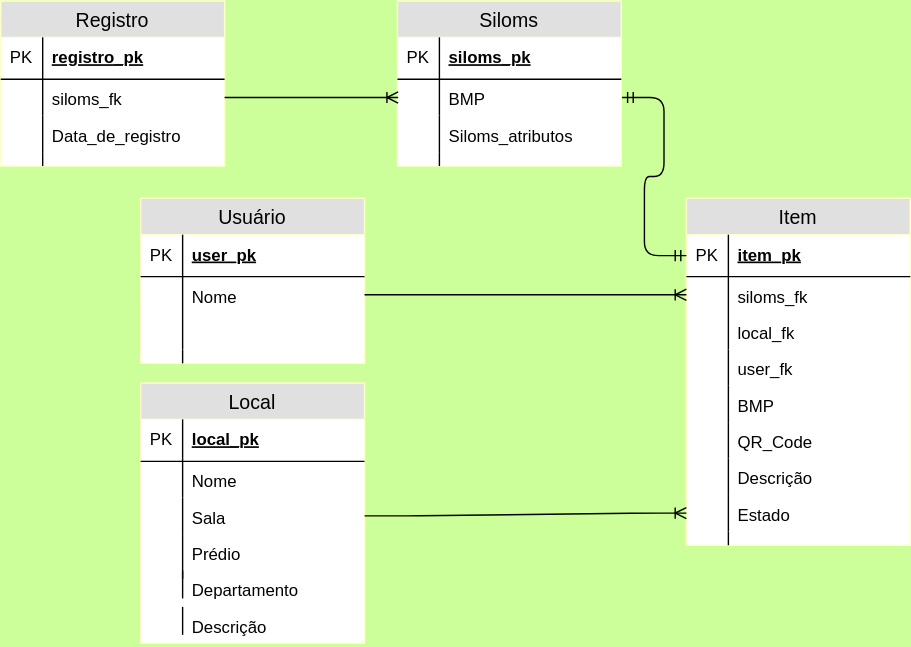
Gabrui/CES30_Patrimonio_QRCode keeps this draw.io diagram as docs/Modelo_Logico.svg. Above is the earlier version. Source tidied: cells renumbered, new cells last; positions are measured from the earlier drawing's top-left corner, leaving out a move shared by most shapes.
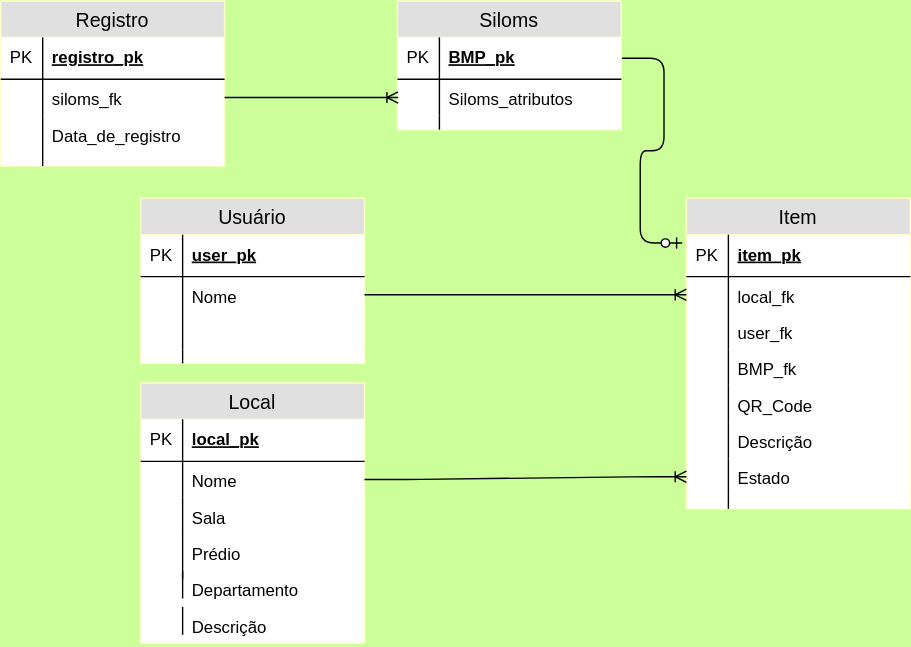
Above is the later version.

Commit message:
Modelo_logico_v1

Modelo Logico.

What changed in the source:
```diff
@@ -69,7 +69,7 @@
       <mxGeometry width="30" height="20" as="geometry" />
     </mxCell>
     <mxCell id="24" value="Item" style="swimlane;fontStyle=0;horizontal=1;startSize=26;fillColor=#e0e0e0;swimlaneFillColor=#ffffff;align=center;fontSize=14;strokeColor=#FFFFCC;" parent="1" vertex="1">
-      <mxGeometry x="490" y="141" width="160" height="248" as="geometry" />
+      <mxGeometry x="490" y="141" width="160" height="222" as="geometry" />
     </mxCell>
     <mxCell id="25" value="item_pk" style="shape=partialRectangle;top=0;left=0;right=0;bottom=1;align=left;verticalAlign=middle;fillColor=none;spacingLeft=34;spacingRight=4;overflow=hidden;points=[[0,0.5],[1,0.5]];portConstraint=eastwest;fontStyle=5;fontSize=12;" parent="24" vertex="1">
       <mxGeometry y="26" width="160" height="30" as="geometry" />
@@ -77,77 +77,65 @@
     <mxCell id="26" value="PK" style="shape=partialRectangle;top=0;left=0;bottom=0;fillColor=none;align=left;verticalAlign=middle;spacingLeft=4;spacingRight=4;overflow=hidden;fontSize=12;" parent="25" vertex="1">
       <mxGeometry width="30" height="30" as="geometry" />
     </mxCell>
-    <mxCell id="27" value="siloms_fk" style="shape=partialRectangle;top=0;left=0;right=0;bottom=0;align=left;verticalAlign=top;fillColor=none;spacingLeft=34;spacingRight=4;overflow=hidden;points=[[0,0.5],[1,0.5]];portConstraint=eastwest;fontSize=12;" parent="24" vertex="1">
-      <mxGeometry y="56" width="160" height="26" as="geometry" />
-    </mxCell>
-    <mxCell id="28" style="shape=partialRectangle;top=0;left=0;bottom=0;fillColor=none;align=left;verticalAlign=top;spacingLeft=4;spacingRight=4;overflow=hidden;fontSize=12;" parent="27" vertex="1">
-      <mxGeometry width="30" height="26" as="geometry" />
-    </mxCell>
     <mxCell id="29" value="local_fk&#10;" style="shape=partialRectangle;top=0;left=0;right=0;bottom=0;align=left;verticalAlign=top;fillColor=none;spacingLeft=34;spacingRight=4;overflow=hidden;fontSize=12;" parent="24" vertex="1">
-      <mxGeometry y="82" width="160" height="26" as="geometry" />
+      <mxGeometry y="56" width="160" height="26" as="geometry" />
     </mxCell>
     <mxCell id="30" style="shape=partialRectangle;top=0;left=0;bottom=0;fillColor=none;align=left;verticalAlign=top;spacingLeft=4;spacingRight=4;overflow=hidden;fontSize=12;" parent="29" vertex="1">
       <mxGeometry width="30" height="26" as="geometry" />
     </mxCell>
     <mxCell id="31" value="user_fk&#10;" style="shape=partialRectangle;top=0;left=0;right=0;bottom=0;align=left;verticalAlign=top;fillColor=none;spacingLeft=34;spacingRight=4;overflow=hidden;fontSize=12;" parent="24" vertex="1">
-      <mxGeometry y="108" width="160" height="26" as="geometry" />
+      <mxGeometry y="82" width="160" height="26" as="geometry" />
     </mxCell>
     <mxCell id="32" style="shape=partialRectangle;top=0;left=0;bottom=0;fillColor=none;align=left;verticalAlign=top;spacingLeft=4;spacingRight=4;overflow=hidden;fontSize=12;" parent="31" vertex="1">
       <mxGeometry width="30" height="26" as="geometry" />
     </mxCell>
-    <mxCell id="33" value="BMP&#10;" style="shape=partialRectangle;top=0;left=0;right=0;bottom=0;align=left;verticalAlign=top;fillColor=none;spacingLeft=34;spacingRight=4;overflow=hidden;fontSize=12;" parent="24" vertex="1">
-      <mxGeometry y="134" width="160" height="26" as="geometry" />
+    <mxCell id="33" value="BMP_fk&#10;" style="shape=partialRectangle;top=0;left=0;right=0;bottom=0;align=left;verticalAlign=top;fillColor=none;spacingLeft=34;spacingRight=4;overflow=hidden;fontSize=12;" parent="24" vertex="1">
+      <mxGeometry y="108" width="160" height="26" as="geometry" />
     </mxCell>
     <mxCell id="34" style="shape=partialRectangle;top=0;left=0;bottom=0;fillColor=none;align=left;verticalAlign=top;spacingLeft=4;spacingRight=4;overflow=hidden;fontSize=12;" parent="33" vertex="1">
       <mxGeometry width="30" height="26" as="geometry" />
     </mxCell>
     <mxCell id="35" value="QR_Code&#10;" style="shape=partialRectangle;top=0;left=0;right=0;bottom=0;align=left;verticalAlign=top;fillColor=none;spacingLeft=34;spacingRight=4;overflow=hidden;fontSize=12;" parent="24" vertex="1">
-      <mxGeometry y="160" width="160" height="26" as="geometry" />
+      <mxGeometry y="134" width="160" height="26" as="geometry" />
     </mxCell>
     <mxCell id="36" style="shape=partialRectangle;top=0;left=0;bottom=0;fillColor=none;align=left;verticalAlign=top;spacingLeft=4;spacingRight=4;overflow=hidden;fontSize=12;" parent="35" vertex="1">
       <mxGeometry width="30" height="26" as="geometry" />
     </mxCell>
     <mxCell id="37" value="Descrição" style="shape=partialRectangle;top=0;left=0;right=0;bottom=0;align=left;verticalAlign=top;fillColor=none;spacingLeft=34;spacingRight=4;overflow=hidden;fontSize=12;" parent="24" vertex="1">
-      <mxGeometry y="186" width="160" height="26" as="geometry" />
+      <mxGeometry y="160" width="160" height="26" as="geometry" />
     </mxCell>
     <mxCell id="38" style="shape=partialRectangle;top=0;left=0;bottom=0;fillColor=none;align=left;verticalAlign=top;spacingLeft=4;spacingRight=4;overflow=hidden;fontSize=12;" parent="37" vertex="1">
       <mxGeometry width="30" height="26" as="geometry" />
     </mxCell>
     <mxCell id="39" value="Estado" style="shape=partialRectangle;top=0;left=0;right=0;bottom=0;align=left;verticalAlign=top;fillColor=none;spacingLeft=34;spacingRight=4;overflow=hidden;points=[[0,0.5],[1,0.5]];portConstraint=eastwest;fontSize=12;" parent="24" vertex="1">
-      <mxGeometry y="212" width="160" height="26" as="geometry" />
+      <mxGeometry y="186" width="160" height="26" as="geometry" />
     </mxCell>
     <mxCell id="40" style="shape=partialRectangle;top=0;left=0;bottom=0;fillColor=none;align=left;verticalAlign=top;spacingLeft=4;spacingRight=4;overflow=hidden;fontSize=12;" parent="39" vertex="1">
       <mxGeometry width="30" height="26" as="geometry" />
     </mxCell>
     <mxCell id="41" style="shape=partialRectangle;top=0;left=0;right=0;bottom=0;align=left;verticalAlign=top;fillColor=none;spacingLeft=34;spacingRight=4;overflow=hidden;fontSize=12;" parent="24" vertex="1">
-      <mxGeometry y="238" width="160" height="10" as="geometry" />
+      <mxGeometry y="212" width="160" height="10" as="geometry" />
     </mxCell>
     <mxCell id="42" style="shape=partialRectangle;top=0;left=0;bottom=0;fillColor=none;align=left;verticalAlign=top;spacingLeft=4;spacingRight=4;overflow=hidden;fontSize=12;" parent="41" vertex="1">
       <mxGeometry width="30" height="10" as="geometry" />
     </mxCell>
     <mxCell id="43" value="Siloms" style="swimlane;fontStyle=0;horizontal=1;startSize=26;fillColor=#e0e0e0;swimlaneFillColor=#ffffff;align=center;fontSize=14;strokeColor=#FFFFCC;" parent="1" vertex="1">
-      <mxGeometry x="283.5" width="160" height="118" as="geometry" />
+      <mxGeometry x="283.5" width="160" height="92" as="geometry" />
     </mxCell>
-    <mxCell id="44" value="siloms_pk" style="shape=partialRectangle;top=0;left=0;right=0;bottom=1;align=left;verticalAlign=middle;fillColor=none;spacingLeft=34;spacingRight=4;overflow=hidden;points=[[0,0.5],[1,0.5]];portConstraint=eastwest;fontStyle=5;fontSize=12;" parent="43" vertex="1">
+    <mxCell id="44" value="BMP_pk" style="shape=partialRectangle;top=0;left=0;right=0;bottom=1;align=left;verticalAlign=middle;fillColor=none;spacingLeft=34;spacingRight=4;overflow=hidden;points=[[0,0.5],[1,0.5]];portConstraint=eastwest;fontStyle=5;fontSize=12;" parent="43" vertex="1">
       <mxGeometry y="26" width="160" height="30" as="geometry" />
     </mxCell>
     <mxCell id="45" value="PK" style="shape=partialRectangle;top=0;left=0;bottom=0;fillColor=none;align=left;verticalAlign=middle;spacingLeft=4;spacingRight=4;overflow=hidden;fontSize=12;" parent="44" vertex="1">
       <mxGeometry width="30" height="30" as="geometry" />
     </mxCell>
-    <mxCell id="46" value="BMP&#10;" style="shape=partialRectangle;top=0;left=0;right=0;bottom=0;align=left;verticalAlign=top;fillColor=none;spacingLeft=34;spacingRight=4;overflow=hidden;points=[[0,0.5],[1,0.5]];portConstraint=eastwest;fontSize=12;" parent="43" vertex="1">
-      <mxGeometry y="56" width="160" height="26" as="geometry" />
-    </mxCell>
-    <mxCell id="47" style="shape=partialRectangle;top=0;left=0;bottom=0;fillColor=none;align=left;verticalAlign=top;spacingLeft=4;spacingRight=4;overflow=hidden;fontSize=12;" parent="46" vertex="1">
-      <mxGeometry width="30" height="26" as="geometry" />
-    </mxCell>
     <mxCell id="48" value="Siloms_atributos&#10;" style="shape=partialRectangle;top=0;left=0;right=0;bottom=0;align=left;verticalAlign=top;fillColor=none;spacingLeft=34;spacingRight=4;overflow=hidden;fontSize=12;" parent="43" vertex="1">
-      <mxGeometry y="82" width="160" height="26" as="geometry" />
+      <mxGeometry y="56" width="160" height="26" as="geometry" />
     </mxCell>
     <mxCell id="49" style="shape=partialRectangle;top=0;left=0;bottom=0;fillColor=none;align=left;verticalAlign=top;spacingLeft=4;spacingRight=4;overflow=hidden;fontSize=12;" parent="48" vertex="1">
       <mxGeometry width="30" height="26" as="geometry" />
     </mxCell>
     <mxCell id="50" style="shape=partialRectangle;top=0;left=0;right=0;bottom=0;align=left;verticalAlign=top;fillColor=none;spacingLeft=34;spacingRight=4;overflow=hidden;fontSize=12;" parent="43" vertex="1">
-      <mxGeometry y="108" width="160" height="10" as="geometry" />
+      <mxGeometry y="82" width="160" height="10" as="geometry" />
     </mxCell>
     <mxCell id="51" style="shape=partialRectangle;top=0;left=0;bottom=0;fillColor=none;align=left;verticalAlign=top;spacingLeft=4;spacingRight=4;overflow=hidden;fontSize=12;" parent="50" vertex="1">
       <mxGeometry width="30" height="10" as="geometry" />
@@ -179,17 +167,21 @@
     <mxCell id="60" style="shape=partialRectangle;top=0;left=0;bottom=0;fillColor=none;align=left;verticalAlign=top;spacingLeft=4;spacingRight=4;overflow=hidden;fontSize=12;" parent="59" vertex="1">
       <mxGeometry width="30" height="10" as="geometry" />
     </mxCell>
-    <mxCell id="61" style="edgeStyle=entityRelationEdgeStyle;fontSize=12;html=1;endArrow=ERoneToMany;exitX=1;exitY=0.5;entryX=0;entryY=0.5;" parent="1" edge="1" source="5" target="27">
-      <mxGeometry relative="1" as="geometry" />
+    <mxCell id="61" style="edgeStyle=entityRelationEdgeStyle;fontSize=12;html=1;endArrow=ERoneToMany;exitX=1;exitY=0.5;entryX=0;entryY=0.5;" parent="1" edge="1" source="5">
+      <mxGeometry relative="1" as="geometry">
+        <mxPoint x="490" y="210" as="targetPoint" />
+      </mxGeometry>
     </mxCell>
-    <mxCell id="62" style="edgeStyle=entityRelationEdgeStyle;fontSize=12;html=1;endArrow=ERoneToMany;exitX=1;exitY=0.5;entryX=0;entryY=0.5;" parent="1" edge="1" source="16" target="39">
+    <mxCell id="62" style="edgeStyle=entityRelationEdgeStyle;fontSize=12;html=1;endArrow=ERoneToMany;exitX=1;exitY=0.5;entryX=0;entryY=0.5;" parent="1" edge="1" source="14" target="39">
       <mxGeometry relative="1" as="geometry" />
     </mxCell>
-    <mxCell id="63" style="edgeStyle=entityRelationEdgeStyle;fontSize=12;html=1;endArrow=ERmandOne;startArrow=ERmandOne;exitX=1;exitY=0.5;entryX=0;entryY=0.5;" parent="1" edge="1" source="46" target="25">
-      <mxGeometry relative="1" as="geometry" />
-    </mxCell>
-    <mxCell id="64" style="edgeStyle=entityRelationEdgeStyle;fontSize=12;html=1;endArrow=ERoneToMany;entryX=0;entryY=0.5;exitX=1;exitY=0.5;" parent="1" edge="1" source="55" target="46">
-      <mxGeometry relative="1" as="geometry" />
+    <mxCell id="64" style="edgeStyle=entityRelationEdgeStyle;fontSize=12;html=1;endArrow=ERoneToMany;entryX=0;entryY=0.5;exitX=1;exitY=0.5;" parent="1" edge="1" source="55">
+      <mxGeometry relative="1" as="geometry">
+        <mxPoint x="284" y="69" as="targetPoint" />
+      </mxGeometry>
     </mxCell>
+    <mxCell id="65" style="edgeStyle=entityRelationEdgeStyle;fontSize=12;html=1;endArrow=ERzeroToOne;endFill=1;entryX=-0.019;entryY=0.2;entryPerimeter=0;exitX=1;exitY=0.5;" parent="1" edge="1" source="44" target="25">
+      <mxGeometry relative="1" as="geometry" />
+    </mxCell>
   </root>
 </mxGraphModel>
```
